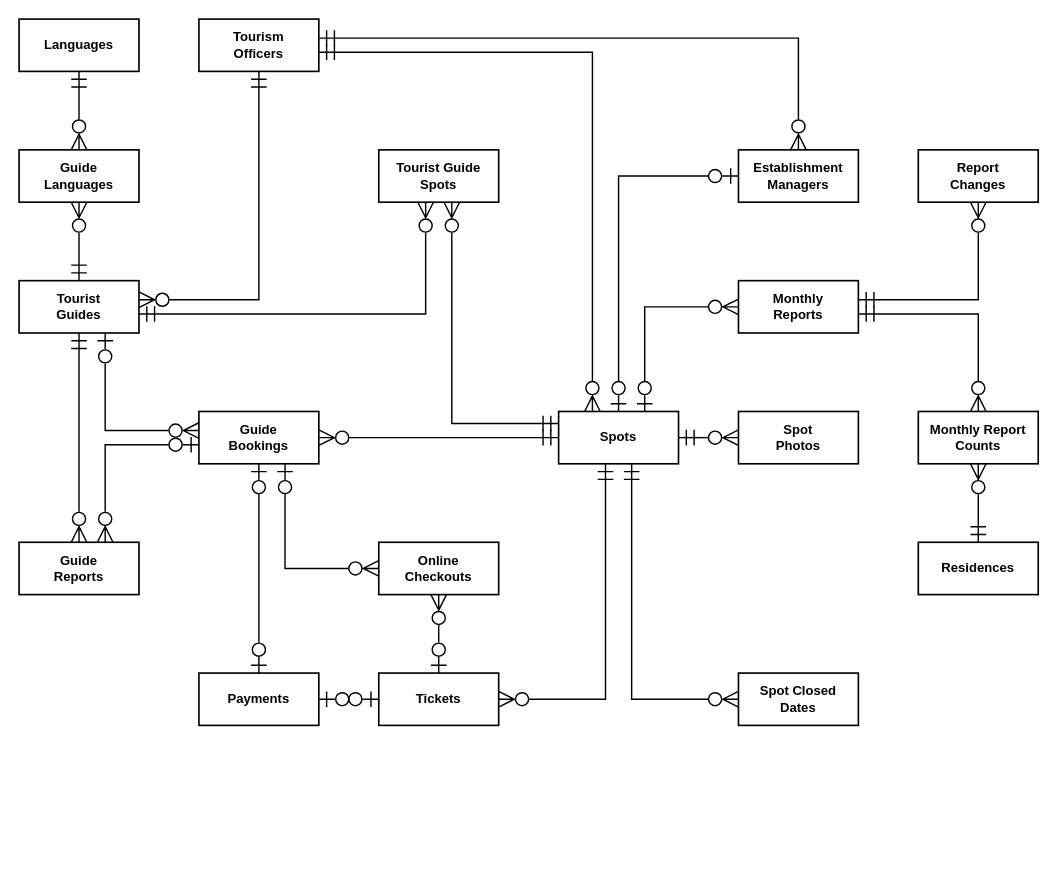
Above: docs/diagrams/ztims-erd.drawio in jefee0101/ZTIMS (draw.io), before the change. Source tidied: cells renumbered, new cells numbered last; positions are measured from the earlier drawing's top-left corner, leaving out a move shared by most shapes. Both pictures are drawn from the tidied source at 109%, with x=0, y=0 at pixel (19, 19).
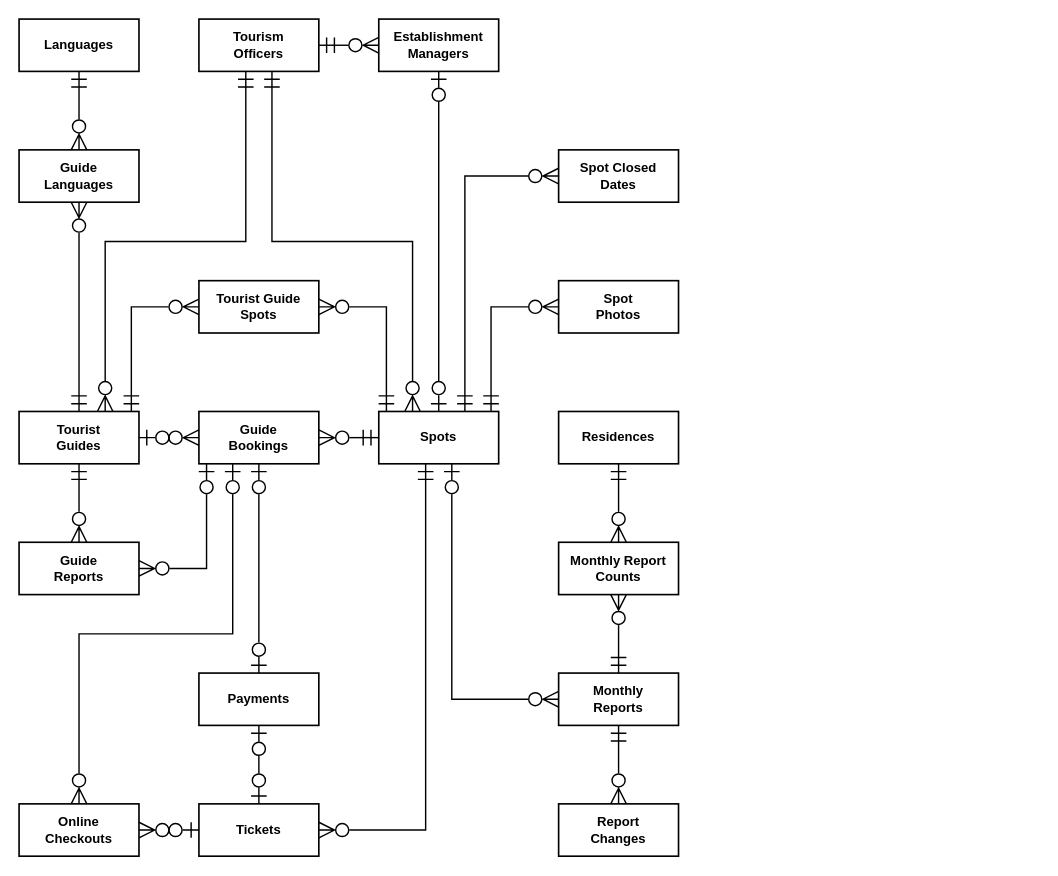
The same diagram, later.

Commit message (it also covers changes not shown here):
Lay the ERD out as one portrait page

Four columns instead of six, so it fills a 6.5-inch page width and prints
with larger text. Same 18 tables and 23 relationships, right-angled lines,
no crossings and no line through a table.

Claude-Session: https://claude.ai/code/session_01DodXmhEpoi71garNeHNJmv

Unchanged cells that the change refers to:
```xml
<mxCell id="3" value="Tourism&lt;br&gt;Officers" style="rounded=0;whiteSpace=wrap;html=1;fillColor=#ffffff;strokeColor=#000000;strokeWidth=1.5;fontColor=#000000;fontStyle=1;fontSize=12;" parent="1" vertex="1">
  <mxGeometry x="165" width="110" height="48" as="geometry" />
</mxCell>
```

Change to the diagram source:
```diff
@@
-    <mxCell id="4" value="Establishment&lt;br&gt;Managers" style="rounded=0;whiteSpace=wrap;html=1;fillColor=#ffffff;strokeColor=#000000;strokeWidth=1.5;fontColor=#000000;fontStyle=1;fontSize=12;" parent="1" vertex="1">
-      <mxGeometry x="660" y="120" width="110" height="48" as="geometry" />
-    </mxCell>
-    <mxCell id="5" value="Spot&lt;br&gt;Photos" style="rounded=0;whiteSpace=wrap;html=1;fillColor=#ffffff;strokeColor=#000000;strokeWidth=1.5;fontColor=#000000;fontStyle=1;fontSize=12;" parent="1" vertex="1">
-      <mxGeometry x="660" y="360" width="110" height="48" as="geometry" />
-    </mxCell>
@@
     <mxCell id="7" value="Tourist Guide&lt;br&gt;Spots" style="rounded=0;whiteSpace=wrap;html=1;fillColor=#ffffff;strokeColor=#000000;strokeWidth=1.5;fontColor=#000000;fontStyle=1;fontSize=12;" parent="1" vertex="1">
-      <mxGeometry x="330" y="120" width="110" height="48" as="geometry" />
+      <mxGeometry x="165" y="240" width="110" height="48" as="geometry" />
     </mxCell>
+    <mxCell id="4" value="Establishment&lt;br&gt;Managers" style="rounded=0;whiteSpace=wrap;html=1;fillColor=#ffffff;strokeColor=#000000;strokeWidth=1.5;fontColor=#000000;fontStyle=1;fontSize=12;" parent="1" vertex="1">
+      <mxGeometry x="330" width="110" height="48" as="geometry" />
+    </mxCell>
+    <mxCell id="10" value="Tourist&lt;br&gt;Guides" style="rounded=0;whiteSpace=wrap;html=1;fillColor=#ffffff;strokeColor=#000000;strokeWidth=1.5;fontColor=#000000;fontStyle=1;fontSize=12;" parent="1" vertex="1">
+      <mxGeometry y="360" width="110" height="48" as="geometry" />
+    </mxCell>
+    <mxCell id="5" value="Spot&lt;br&gt;Photos" style="rounded=0;whiteSpace=wrap;html=1;fillColor=#ffffff;strokeColor=#000000;strokeWidth=1.5;fontColor=#000000;fontStyle=1;fontSize=12;" parent="1" vertex="1">
+      <mxGeometry x="495" y="240" width="110" height="48" as="geometry" />
+    </mxCell>
+    <mxCell id="15" value="Guide&lt;br&gt;Bookings" style="rounded=0;whiteSpace=wrap;html=1;fillColor=#ffffff;strokeColor=#000000;strokeWidth=1.5;fontColor=#000000;fontStyle=1;fontSize=12;" parent="1" vertex="1">
+      <mxGeometry x="165" y="360" width="110" height="48" as="geometry" />
+    </mxCell>
+    <mxCell id="11" value="Spots" style="rounded=0;whiteSpace=wrap;html=1;fillColor=#ffffff;strokeColor=#000000;strokeWidth=1.5;fontColor=#000000;fontStyle=1;fontSize=12;" parent="1" vertex="1">
+      <mxGeometry x="330" y="360" width="110" height="48" as="geometry" />
+    </mxCell>
     <mxCell id="8" value="Spot Closed&lt;br&gt;Dates" style="rounded=0;whiteSpace=wrap;html=1;fillColor=#ffffff;strokeColor=#000000;strokeWidth=1.5;fontColor=#000000;fontStyle=1;fontSize=12;" parent="1" vertex="1">
-      <mxGeometry x="660" y="600" width="110" height="48" as="geometry" />
+      <mxGeometry x="495" y="120" width="110" height="48" as="geometry" />
     </mxCell>
+    <mxCell id="14" value="Guide&lt;br&gt;Reports" style="rounded=0;whiteSpace=wrap;html=1;fillColor=#ffffff;strokeColor=#000000;strokeWidth=1.5;fontColor=#000000;fontStyle=1;fontSize=12;" parent="1" vertex="1">
+      <mxGeometry y="480" width="110" height="48" as="geometry" />
+    </mxCell>
+    <mxCell id="16" value="Online&lt;br&gt;Checkouts" style="rounded=0;whiteSpace=wrap;html=1;fillColor=#ffffff;strokeColor=#000000;strokeWidth=1.5;fontColor=#000000;fontStyle=1;fontSize=12;" parent="1" vertex="1">
+      <mxGeometry y="720" width="110" height="48" as="geometry" />
+    </mxCell>
+    <mxCell id="12" value="Monthly&lt;br&gt;Reports" style="rounded=0;whiteSpace=wrap;html=1;fillColor=#ffffff;strokeColor=#000000;strokeWidth=1.5;fontColor=#000000;fontStyle=1;fontSize=12;" parent="1" vertex="1">
+      <mxGeometry x="495" y="600" width="110" height="48" as="geometry" />
+    </mxCell>
+    <mxCell id="19" value="Payments" style="rounded=0;whiteSpace=wrap;html=1;fillColor=#ffffff;strokeColor=#000000;strokeWidth=1.5;fontColor=#000000;fontStyle=1;fontSize=12;" parent="1" vertex="1">
+      <mxGeometry x="165" y="600" width="110" height="48" as="geometry" />
+    </mxCell>
+    <mxCell id="17" value="Tickets" style="rounded=0;whiteSpace=wrap;html=1;fillColor=#ffffff;strokeColor=#000000;strokeWidth=1.5;fontColor=#000000;fontStyle=1;fontSize=12;" parent="1" vertex="1">
+      <mxGeometry x="165" y="720" width="110" height="48" as="geometry" />
+    </mxCell>
+    <mxCell id="13" value="Monthly Report&lt;br&gt;Counts" style="rounded=0;whiteSpace=wrap;html=1;fillColor=#ffffff;strokeColor=#000000;strokeWidth=1.5;fontColor=#000000;fontStyle=1;fontSize=12;" parent="1" vertex="1">
+      <mxGeometry x="495" y="480" width="110" height="48" as="geometry" />
+    </mxCell>
     <mxCell id="9" value="Report&lt;br&gt;Changes" style="rounded=0;whiteSpace=wrap;html=1;fillColor=#ffffff;strokeColor=#000000;strokeWidth=1.5;fontColor=#000000;fontStyle=1;fontSize=12;" parent="1" vertex="1">
-      <mxGeometry x="825" y="120" width="110" height="48" as="geometry" />
+      <mxGeometry x="495" y="720" width="110" height="48" as="geometry" />
     </mxCell>
-    <mxCell id="10" value="Tourist&lt;br&gt;Guides" style="rounded=0;whiteSpace=wrap;html=1;fillColor=#ffffff;strokeColor=#000000;strokeWidth=1.5;fontColor=#000000;fontStyle=1;fontSize=12;" parent="1" vertex="1">
-      <mxGeometry y="240" width="110" height="48" as="geometry" />
-    </mxCell>
-    <mxCell id="11" value="Spots" style="rounded=0;whiteSpace=wrap;html=1;fillColor=#ffffff;strokeColor=#000000;strokeWidth=1.5;fontColor=#000000;fontStyle=1;fontSize=12;" parent="1" vertex="1">
-      <mxGeometry x="495" y="360" width="110" height="48" as="geometry" />
-    </mxCell>
-    <mxCell id="12" value="Monthly&lt;br&gt;Reports" style="rounded=0;whiteSpace=wrap;html=1;fillColor=#ffffff;strokeColor=#000000;strokeWidth=1.5;fontColor=#000000;fontStyle=1;fontSize=12;" parent="1" vertex="1">
-      <mxGeometry x="660" y="240" width="110" height="48" as="geometry" />
-    </mxCell>
-    <mxCell id="13" value="Monthly Report&lt;br&gt;Counts" style="rounded=0;whiteSpace=wrap;html=1;fillColor=#ffffff;strokeColor=#000000;strokeWidth=1.5;fontColor=#000000;fontStyle=1;fontSize=12;" parent="1" vertex="1">
-      <mxGeometry x="825" y="360" width="110" height="48" as="geometry" />
-    </mxCell>
-    <mxCell id="14" value="Guide&lt;br&gt;Reports" style="rounded=0;whiteSpace=wrap;html=1;fillColor=#ffffff;strokeColor=#000000;strokeWidth=1.5;fontColor=#000000;fontStyle=1;fontSize=12;" parent="1" vertex="1">
-      <mxGeometry y="480" width="110" height="48" as="geometry" />
-    </mxCell>
-    <mxCell id="15" value="Guide&lt;br&gt;Bookings" style="rounded=0;whiteSpace=wrap;html=1;fillColor=#ffffff;strokeColor=#000000;strokeWidth=1.5;fontColor=#000000;fontStyle=1;fontSize=12;" parent="1" vertex="1">
-      <mxGeometry x="165" y="360" width="110" height="48" as="geometry" />
-    </mxCell>
-    <mxCell id="16" value="Online&lt;br&gt;Checkouts" style="rounded=0;whiteSpace=wrap;html=1;fillColor=#ffffff;strokeColor=#000000;strokeWidth=1.5;fontColor=#000000;fontStyle=1;fontSize=12;" parent="1" vertex="1">
-      <mxGeometry x="330" y="480" width="110" height="48" as="geometry" />
-    </mxCell>
-    <mxCell id="17" value="Tickets" style="rounded=0;whiteSpace=wrap;html=1;fillColor=#ffffff;strokeColor=#000000;strokeWidth=1.5;fontColor=#000000;fontStyle=1;fontSize=12;" parent="1" vertex="1">
-      <mxGeometry x="330" y="600" width="110" height="48" as="geometry" />
-    </mxCell>
     <mxCell id="18" value="Residences" style="rounded=0;whiteSpace=wrap;html=1;fillColor=#ffffff;strokeColor=#000000;strokeWidth=1.5;fontColor=#000000;fontStyle=1;fontSize=12;" parent="1" vertex="1">
-      <mxGeometry x="825" y="480" width="110" height="48" as="geometry" />
+      <mxGeometry x="495" y="360" width="110" height="48" as="geometry" />
     </mxCell>
-    <mxCell id="19" value="Payments" style="rounded=0;whiteSpace=wrap;html=1;fillColor=#ffffff;strokeColor=#000000;strokeWidth=1.5;fontColor=#000000;fontStyle=1;fontSize=12;" parent="1" vertex="1">
-      <mxGeometry x="165" y="600" width="110" height="48" as="geometry" />
-    </mxCell>
-    <mxCell id="20" style="edgeStyle=none;rounded=0;html=1;strokeColor=#000000;strokeWidth=1.3;startArrow=ERmandOne;endArrow=ERzeroToMany;startFill=0;endFill=0;startSize=12;endSize=12;exitX=1.0;exitY=0.3646;exitPerimeter=0;entryX=0.5;entryY=0.0;entryPerimeter=0;" parent="1" edge="1" source="3" target="4">
-      <mxGeometry relative="1" as="geometry">
-        <Array as="points">
-          <mxPoint x="715" y="17.5" />
-        </Array>
-      </mxGeometry>
+    <mxCell id="20" style="edgeStyle=none;rounded=0;html=1;strokeColor=#000000;strokeWidth=1.3;startArrow=ERmandOne;endArrow=ERzeroToMany;startFill=0;endFill=0;startSize=12;endSize=12;exitX=1.0;exitY=0.5;exitPerimeter=0;entryX=0.0;entryY=0.5;entryPerimeter=0;" parent="1" edge="1" source="3" target="4">
+      <mxGeometry relative="1" as="geometry" />
     </mxCell>
-    <mxCell id="21" style="edgeStyle=none;rounded=0;html=1;strokeColor=#000000;strokeWidth=1.3;startArrow=ERmandOne;endArrow=ERzeroToMany;startFill=0;endFill=0;startSize=12;endSize=12;exitX=0.5;exitY=1.0;exitPerimeter=0;entryX=1.0;entryY=0.3646;entryPerimeter=0;" parent="1" edge="1" source="3" target="10">
+    <mxCell id="21" style="edgeStyle=none;rounded=0;html=1;strokeColor=#000000;strokeWidth=1.3;startArrow=ERmandOne;endArrow=ERzeroToMany;startFill=0;endFill=0;startSize=12;endSize=12;exitX=0.3909;exitY=1.0;exitPerimeter=0;entryX=0.7182;entryY=0.0;entryPerimeter=0;" parent="1" edge="1" source="3" target="10">
       <mxGeometry relative="1" as="geometry">
         <Array as="points">
-          <mxPoint x="220" y="257.5" />
+          <mxPoint x="208" y="204" />
+          <mxPoint x="79" y="204" />
         </Array>
       </mxGeometry>
     </mxCell>
-    <mxCell id="22" style="edgeStyle=none;rounded=0;html=1;strokeColor=#000000;strokeWidth=1.3;startArrow=ERmandOne;endArrow=ERzeroToMany;startFill=0;endFill=0;startSize=12;endSize=12;exitX=1.0;exitY=0.6354;exitPerimeter=0;entryX=0.2818;entryY=0.0;entryPerimeter=0;" parent="1" edge="1" source="3" target="11">
+    <mxCell id="22" style="edgeStyle=none;rounded=0;html=1;strokeColor=#000000;strokeWidth=1.3;startArrow=ERmandOne;endArrow=ERzeroToMany;startFill=0;endFill=0;startSize=12;endSize=12;exitX=0.6091;exitY=1.0;exitPerimeter=0;entryX=0.2818;entryY=0.0;entryPerimeter=0;" parent="1" edge="1" source="3" target="11">
       <mxGeometry relative="1" as="geometry">
         <Array as="points">
-          <mxPoint x="526" y="30.5" />
+          <mxPoint x="232" y="204" />
+          <mxPoint x="361" y="204" />
         </Array>
       </mxGeometry>
     </mxCell>
-    <mxCell id="23" style="edgeStyle=none;rounded=0;html=1;strokeColor=#000000;strokeWidth=1.3;startArrow=ERzeroToOne;endArrow=ERzeroToOne;startFill=0;endFill=0;startSize=12;endSize=12;exitX=0.0;exitY=0.5;exitPerimeter=0;entryX=0.5;entryY=0.0;entryPerimeter=0;" parent="1" edge="1" source="4" target="11">
-      <mxGeometry relative="1" as="geometry">
-        <Array as="points">
-          <mxPoint x="550" y="144" />
-        </Array>
-      </mxGeometry>
+    <mxCell id="23" style="edgeStyle=none;rounded=0;html=1;strokeColor=#000000;strokeWidth=1.3;startArrow=ERzeroToOne;endArrow=ERzeroToOne;startFill=0;endFill=0;startSize=12;endSize=12;exitX=0.5;exitY=1.0;exitPerimeter=0;entryX=0.5;entryY=0.0;entryPerimeter=0;" parent="1" edge="1" source="4" target="11">
+      <mxGeometry relative="1" as="geometry" />
     </mxCell>
@@
-    <mxCell id="26" style="edgeStyle=none;rounded=0;html=1;strokeColor=#000000;strokeWidth=1.3;startArrow=ERmandOne;endArrow=ERzeroToMany;startFill=0;endFill=0;startSize=12;endSize=12;exitX=1.0;exitY=0.6354;exitPerimeter=0;entryX=0.3909;entryY=1.0;entryPerimeter=0;" parent="1" edge="1" source="10" target="7">
+    <mxCell id="26" style="edgeStyle=none;rounded=0;html=1;strokeColor=#000000;strokeWidth=1.3;startArrow=ERmandOne;endArrow=ERzeroToMany;startFill=0;endFill=0;startSize=12;endSize=12;exitX=0.9364;exitY=0.0;exitPerimeter=0;entryX=0.0;entryY=0.5;entryPerimeter=0;" parent="1" edge="1" source="10" target="7">
       <mxGeometry relative="1" as="geometry">
         <Array as="points">
-          <mxPoint x="373" y="270.5" />
+          <mxPoint x="103" y="264" />
         </Array>
       </mxGeometry>
     </mxCell>
-    <mxCell id="27" style="edgeStyle=none;rounded=0;html=1;strokeColor=#000000;strokeWidth=1.3;startArrow=ERmandOne;endArrow=ERzeroToMany;startFill=0;endFill=0;startSize=12;endSize=12;exitX=0.0;exitY=0.2292;exitPerimeter=0;entryX=0.6091;entryY=1.0;entryPerimeter=0;" parent="1" edge="1" source="11" target="7">
+    <mxCell id="27" style="edgeStyle=none;rounded=0;html=1;strokeColor=#000000;strokeWidth=1.3;startArrow=ERmandOne;endArrow=ERzeroToMany;startFill=0;endFill=0;startSize=12;endSize=12;exitX=0.0636;exitY=0.0;exitPerimeter=0;entryX=1.0;entryY=0.5;entryPerimeter=0;" parent="1" edge="1" source="11" target="7">
       <mxGeometry relative="1" as="geometry">
         <Array as="points">
-          <mxPoint x="397" y="371" />
+          <mxPoint x="337" y="264" />
         </Array>
       </mxGeometry>
     </mxCell>
-    <mxCell id="28" style="edgeStyle=none;rounded=0;html=1;strokeColor=#000000;strokeWidth=1.3;startArrow=ERmandOne;endArrow=ERzeroToMany;startFill=0;endFill=0;startSize=12;endSize=12;exitX=1.0;exitY=0.5;exitPerimeter=0;entryX=0.0;entryY=0.5;entryPerimeter=0;" parent="1" edge="1" source="11" target="5">
-      <mxGeometry relative="1" as="geometry" />
+    <mxCell id="28" style="edgeStyle=none;rounded=0;html=1;strokeColor=#000000;strokeWidth=1.3;startArrow=ERmandOne;endArrow=ERzeroToMany;startFill=0;endFill=0;startSize=12;endSize=12;exitX=0.9364;exitY=0.0;exitPerimeter=0;entryX=0.0;entryY=0.5;entryPerimeter=0;" parent="1" edge="1" source="11" target="5">
+      <mxGeometry relative="1" as="geometry">
+        <Array as="points">
+          <mxPoint x="433" y="264" />
+        </Array>
+      </mxGeometry>
     </mxCell>
-    <mxCell id="29" style="edgeStyle=none;rounded=0;html=1;strokeColor=#000000;strokeWidth=1.3;startArrow=ERmandOne;endArrow=ERzeroToMany;startFill=0;endFill=0;startSize=12;endSize=12;exitX=0.6091;exitY=1.0;exitPerimeter=0;entryX=0.0;entryY=0.5;entryPerimeter=0;" parent="1" edge="1" source="11" target="8">
+    <mxCell id="29" style="edgeStyle=none;rounded=0;html=1;strokeColor=#000000;strokeWidth=1.3;startArrow=ERmandOne;endArrow=ERzeroToMany;startFill=0;endFill=0;startSize=12;endSize=12;exitX=0.7182;exitY=0.0;exitPerimeter=0;entryX=0.0;entryY=0.5;entryPerimeter=0;" parent="1" edge="1" source="11" target="8">
       <mxGeometry relative="1" as="geometry">
         <Array as="points">
-          <mxPoint x="562" y="624" />
+          <mxPoint x="409" y="144" />
         </Array>
       </mxGeometry>
     </mxCell>
@@
-    <mxCell id="31" style="edgeStyle=none;rounded=0;html=1;strokeColor=#000000;strokeWidth=1.3;startArrow=ERzeroToOne;endArrow=ERzeroToMany;startFill=0;endFill=0;startSize=12;endSize=12;exitX=0.7182;exitY=1.0;exitPerimeter=0;entryX=0.0;entryY=0.3646;entryPerimeter=0;" parent="1" edge="1" source="10" target="15">
-      <mxGeometry relative="1" as="geometry">
-        <Array as="points">
-          <mxPoint x="79" y="377.5" />
-        </Array>
-      </mxGeometry>
+    <mxCell id="31" style="edgeStyle=none;rounded=0;html=1;strokeColor=#000000;strokeWidth=1.3;startArrow=ERzeroToOne;endArrow=ERzeroToMany;startFill=0;endFill=0;startSize=12;endSize=12;exitX=1.0;exitY=0.5;exitPerimeter=0;entryX=0.0;entryY=0.5;entryPerimeter=0;" parent="1" edge="1" source="10" target="15">
+      <mxGeometry relative="1" as="geometry" />
     </mxCell>
@@
-    <mxCell id="33" style="edgeStyle=none;rounded=0;html=1;strokeColor=#000000;strokeWidth=1.3;startArrow=ERzeroToOne;endArrow=ERzeroToMany;startFill=0;endFill=0;startSize=12;endSize=12;exitX=0.0;exitY=0.6354;exitPerimeter=0;entryX=0.7182;entryY=0.0;entryPerimeter=0;" parent="1" edge="1" source="15" target="14">
+    <mxCell id="33" style="edgeStyle=none;rounded=0;html=1;strokeColor=#000000;strokeWidth=1.3;startArrow=ERzeroToOne;endArrow=ERzeroToMany;startFill=0;endFill=0;startSize=12;endSize=12;exitX=0.0636;exitY=1.0;exitPerimeter=0;entryX=1.0;entryY=0.5;entryPerimeter=0;" parent="1" edge="1" source="15" target="14">
       <mxGeometry relative="1" as="geometry">
         <Array as="points">
-          <mxPoint x="79" y="390.5" />
+          <mxPoint x="172" y="504" />
         </Array>
       </mxGeometry>
     </mxCell>
@@
-    <mxCell id="35" style="edgeStyle=none;rounded=0;html=1;strokeColor=#000000;strokeWidth=1.3;startArrow=ERzeroToOne;endArrow=ERzeroToOne;startFill=0;endFill=0;startSize=12;endSize=12;exitX=0.0;exitY=0.5;exitPerimeter=0;entryX=1.0;entryY=0.5;entryPerimeter=0;" parent="1" edge="1" source="17" target="19">
+    <mxCell id="35" style="edgeStyle=none;rounded=0;html=1;strokeColor=#000000;strokeWidth=1.3;startArrow=ERzeroToOne;endArrow=ERzeroToOne;startFill=0;endFill=0;startSize=12;endSize=12;exitX=0.5;exitY=0.0;exitPerimeter=0;entryX=0.5;entryY=1.0;entryPerimeter=0;" parent="1" edge="1" source="17" target="19">
       <mxGeometry relative="1" as="geometry" />
     </mxCell>
     <mxCell id="36" style="edgeStyle=none;rounded=0;html=1;strokeColor=#000000;strokeWidth=1.3;startArrow=ERmandOne;endArrow=ERzeroToMany;startFill=0;endFill=0;startSize=12;endSize=12;exitX=0.3909;exitY=1.0;exitPerimeter=0;entryX=1.0;entryY=0.5;entryPerimeter=0;" parent="1" edge="1" source="11" target="17">
       <mxGeometry relative="1" as="geometry">
         <Array as="points">
-          <mxPoint x="538" y="624" />
+          <mxPoint x="373" y="744" />
         </Array>
       </mxGeometry>
     </mxCell>
-    <mxCell id="37" style="edgeStyle=none;rounded=0;html=1;strokeColor=#000000;strokeWidth=1.3;startArrow=ERzeroToOne;endArrow=ERzeroToMany;startFill=0;endFill=0;startSize=12;endSize=12;exitX=0.7182;exitY=1.0;exitPerimeter=0;entryX=0.0;entryY=0.5;entryPerimeter=0;" parent="1" edge="1" source="15" target="16">
+    <mxCell id="37" style="edgeStyle=none;rounded=0;html=1;strokeColor=#000000;strokeWidth=1.3;startArrow=ERzeroToOne;endArrow=ERzeroToMany;startFill=0;endFill=0;startSize=12;endSize=12;exitX=0.2818;exitY=1.0;exitPerimeter=0;entryX=0.5;entryY=0.0;entryPerimeter=0;" parent="1" edge="1" source="15" target="16">
       <mxGeometry relative="1" as="geometry">
         <Array as="points">
-          <mxPoint x="244" y="504" />
+          <mxPoint x="196" y="564" />
+          <mxPoint x="55" y="564" />
         </Array>
       </mxGeometry>
     </mxCell>
-    <mxCell id="38" style="edgeStyle=none;rounded=0;html=1;strokeColor=#000000;strokeWidth=1.3;startArrow=ERzeroToOne;endArrow=ERzeroToMany;startFill=0;endFill=0;startSize=12;endSize=12;exitX=0.5;exitY=0.0;exitPerimeter=0;entryX=0.5;entryY=1.0;entryPerimeter=0;" parent="1" edge="1" source="17" target="16">
+    <mxCell id="38" style="edgeStyle=none;rounded=0;html=1;strokeColor=#000000;strokeWidth=1.3;startArrow=ERzeroToOne;endArrow=ERzeroToMany;startFill=0;endFill=0;startSize=12;endSize=12;exitX=0.0;exitY=0.5;exitPerimeter=0;entryX=1.0;entryY=0.5;entryPerimeter=0;" parent="1" edge="1" source="17" target="16">
       <mxGeometry relative="1" as="geometry" />
     </mxCell>
-    <mxCell id="39" style="edgeStyle=none;rounded=0;html=1;strokeColor=#000000;strokeWidth=1.3;startArrow=ERzeroToOne;endArrow=ERzeroToMany;startFill=0;endFill=0;startSize=12;endSize=12;exitX=0.7182;exitY=0.0;exitPerimeter=0;entryX=0.0;entryY=0.5;entryPerimeter=0;" parent="1" edge="1" source="11" target="12">
+    <mxCell id="39" style="edgeStyle=none;rounded=0;html=1;strokeColor=#000000;strokeWidth=1.3;startArrow=ERzeroToOne;endArrow=ERzeroToMany;startFill=0;endFill=0;startSize=12;endSize=12;exitX=0.6091;exitY=1.0;exitPerimeter=0;entryX=0.0;entryY=0.5;entryPerimeter=0;" parent="1" edge="1" source="11" target="12">
       <mxGeometry relative="1" as="geometry">
         <Array as="points">
-          <mxPoint x="574" y="264" />
+          <mxPoint x="397" y="624" />
         </Array>
       </mxGeometry>
     </mxCell>
-    <mxCell id="40" style="edgeStyle=none;rounded=0;html=1;strokeColor=#000000;strokeWidth=1.3;startArrow=ERmandOne;endArrow=ERzeroToMany;startFill=0;endFill=0;startSize=12;endSize=12;exitX=1.0;exitY=0.6354;exitPerimeter=0;entryX=0.5;entryY=0.0;entryPerimeter=0;" parent="1" edge="1" source="12" target="13">
-      <mxGeometry relative="1" as="geometry">
-        <Array as="points">
-          <mxPoint x="880" y="270.5" />
-        </Array>
-      </mxGeometry>
+    <mxCell id="40" style="edgeStyle=none;rounded=0;html=1;strokeColor=#000000;strokeWidth=1.3;startArrow=ERmandOne;endArrow=ERzeroToMany;startFill=0;endFill=0;startSize=12;endSize=12;exitX=0.5;exitY=0.0;exitPerimeter=0;entryX=0.5;entryY=1.0;entryPerimeter=0;" parent="1" edge="1" source="12" target="13">
+      <mxGeometry relative="1" as="geometry" />
     </mxCell>
-    <mxCell id="41" style="edgeStyle=none;rounded=0;html=1;strokeColor=#000000;strokeWidth=1.3;startArrow=ERmandOne;endArrow=ERzeroToMany;startFill=0;endFill=0;startSize=12;endSize=12;exitX=0.5;exitY=0.0;exitPerimeter=0;entryX=0.5;entryY=1.0;entryPerimeter=0;" parent="1" edge="1" source="18" target="13">
+    <mxCell id="41" style="edgeStyle=none;rounded=0;html=1;strokeColor=#000000;strokeWidth=1.3;startArrow=ERmandOne;endArrow=ERzeroToMany;startFill=0;endFill=0;startSize=12;endSize=12;exitX=0.5;exitY=1.0;exitPerimeter=0;entryX=0.5;entryY=0.0;entryPerimeter=0;" parent="1" edge="1" source="18" target="13">
       <mxGeometry relative="1" as="geometry" />
     </mxCell>
-    <mxCell id="42" style="edgeStyle=none;rounded=0;html=1;strokeColor=#000000;strokeWidth=1.3;startArrow=ERmandOne;endArrow=ERzeroToMany;startFill=0;endFill=0;startSize=12;endSize=12;exitX=1.0;exitY=0.3646;exitPerimeter=0;entryX=0.5;entryY=1.0;entryPerimeter=0;" parent="1" edge="1" source="12" target="9">
-      <mxGeometry relative="1" as="geometry">
-        <Array as="points">
-          <mxPoint x="880" y="257.5" />
-        </Array>
-      </mxGeometry>
+    <mxCell id="42" style="edgeStyle=none;rounded=0;html=1;strokeColor=#000000;strokeWidth=1.3;startArrow=ERmandOne;endArrow=ERzeroToMany;startFill=0;endFill=0;startSize=12;endSize=12;exitX=0.5;exitY=1.0;exitPerimeter=0;entryX=0.5;entryY=0.0;entryPerimeter=0;" parent="1" edge="1" source="12" target="9">
+      <mxGeometry relative="1" as="geometry" />
     </mxCell>
```
